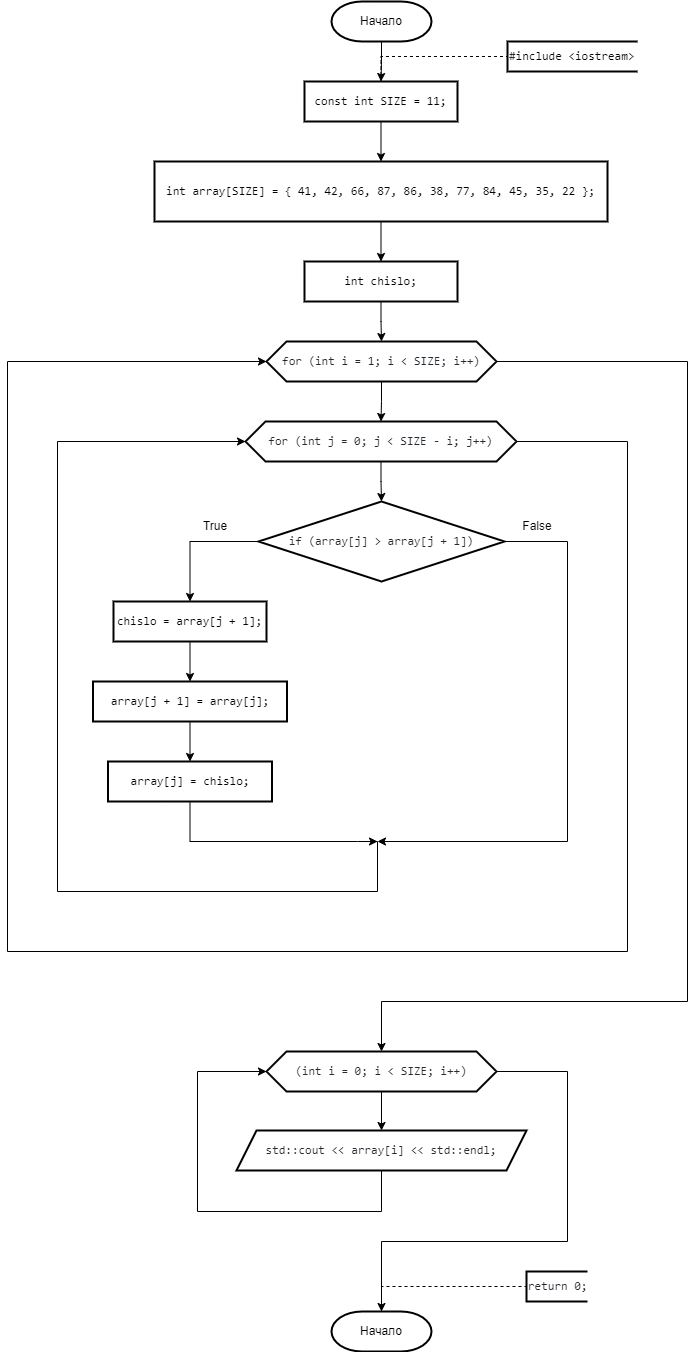
Earlier version of the draw.io export Labs/Сортировка пузырьком/Сортировка пузырьком.png (IlyaFedoseev227/LABS-PNRPU-IVT-22-1b). Source tidied: cells renumbered, new cells last; positions are measured from the earlier drawing's top-left corner, leaving out a move shared by most shapes.
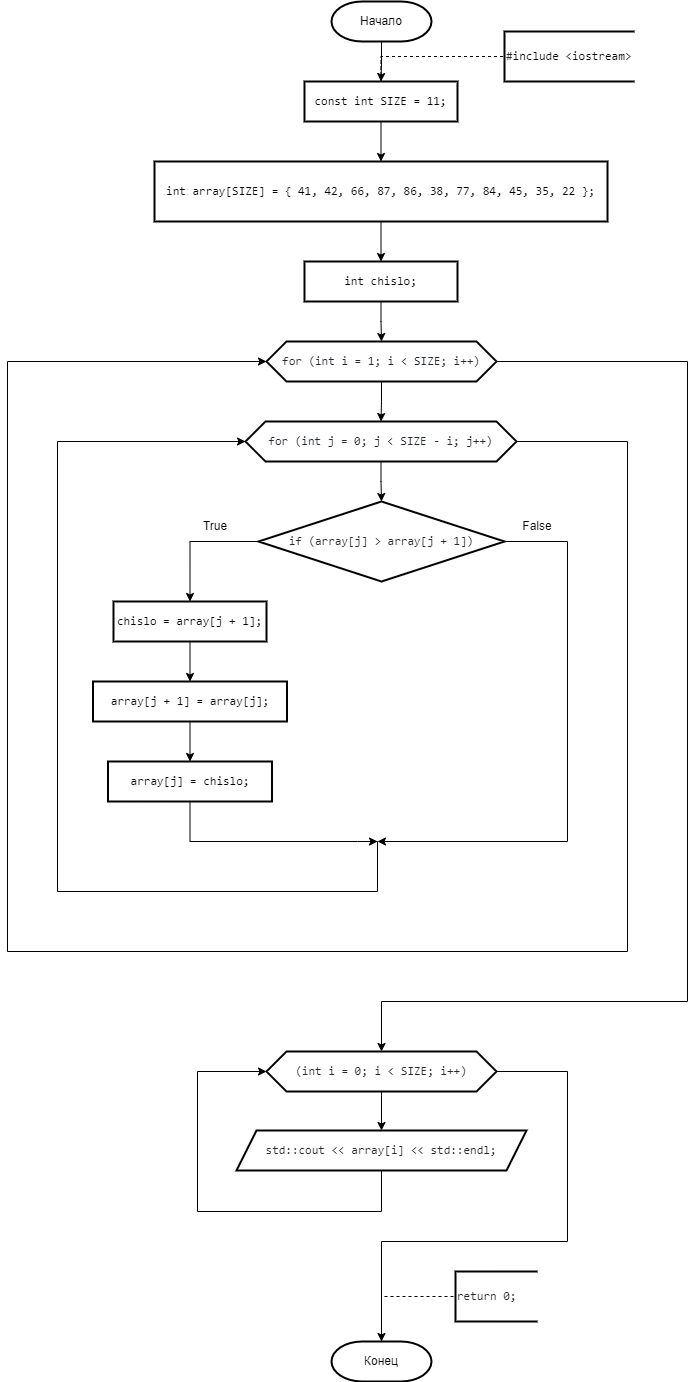
The same file after the commit.

Diff of the diagram source:
```diff
@@ -30,7 +30,7 @@
       <mxGeometry relative="1" as="geometry" />
     </mxCell>
     <mxCell id="11" value="&lt;span style=&quot;color: rgb(36, 41, 47); font-family: ui-monospace, SFMono-Regular, &amp;quot;SF Mono&amp;quot;, Menlo, Consolas, &amp;quot;Liberation Mono&amp;quot;, monospace; background-color: rgb(255, 255, 255);&quot;&gt;#&lt;/span&gt;&lt;span style=&quot;box-sizing: border-box; color: var(--color-prettylights-syntax-keyword); font-family: ui-monospace, SFMono-Regular, &amp;quot;SF Mono&amp;quot;, Menlo, Consolas, &amp;quot;Liberation Mono&amp;quot;, monospace; background-color: rgb(255, 255, 255);&quot; class=&quot;pl-k&quot;&gt;include&lt;/span&gt;&lt;span style=&quot;color: rgb(36, 41, 47); font-family: ui-monospace, SFMono-Regular, &amp;quot;SF Mono&amp;quot;, Menlo, Consolas, &amp;quot;Liberation Mono&amp;quot;, monospace; background-color: rgb(255, 255, 255);&quot;&gt; &lt;/span&gt;&lt;span style=&quot;box-sizing: border-box; color: var(--color-prettylights-syntax-string); font-family: ui-monospace, SFMono-Regular, &amp;quot;SF Mono&amp;quot;, Menlo, Consolas, &amp;quot;Liberation Mono&amp;quot;, monospace; background-color: rgb(255, 255, 255);&quot; class=&quot;pl-s&quot;&gt;&lt;span style=&quot;box-sizing: border-box; color: var(--color-prettylights-syntax-string);&quot; class=&quot;pl-pds&quot;&gt;&amp;lt;iostream&lt;/span&gt;&lt;span style=&quot;box-sizing: border-box; color: var(--color-prettylights-syntax-string);&quot; class=&quot;pl-pds&quot;&gt;&amp;gt;&lt;/span&gt;&lt;/span&gt;" style="strokeWidth=2;html=1;shape=mxgraph.flowchart.annotation_1;align=left;" parent="1" vertex="1">
-      <mxGeometry x="500" y="40" width="130" height="30" as="geometry" />
+      <mxGeometry x="497" y="30" width="130" height="50" as="geometry" />
     </mxCell>
     <mxCell id="12" style="edgeStyle=orthogonalEdgeStyle;rounded=0;jettySize=auto;html=1;exitX=0.5;exitY=1;exitDx=0;exitDy=0;" parent="1" edge="1" source="14" target="17">
       <mxGeometry relative="1" as="geometry" />
@@ -146,14 +146,14 @@
     <mxCell id="34" value="&lt;div style=&quot;text-align: start;&quot;&gt;&lt;font face=&quot;ui-monospace, SFMono-Regular, SF Mono, Menlo, Consolas, Liberation Mono, monospace&quot; color=&quot;#24292f&quot;&gt;std::cout &amp;lt;&amp;lt; array[i] &amp;lt;&amp;lt; std::endl;&lt;/font&gt;&lt;br&gt;&lt;/div&gt;" style="shape=parallelogram;perimeter=parallelogramPerimeter;whiteSpace=wrap;html=1;fixedSize=1;strokeWidth=2;size=20;" parent="1" vertex="1">
       <mxGeometry x="229" y="1129" width="290" height="40" as="geometry" />
     </mxCell>
-    <mxCell id="35" value="Начало" style="strokeWidth=2;html=1;shape=mxgraph.flowchart.terminator;whiteSpace=wrap;" parent="1" vertex="1">
-      <mxGeometry x="324" y="1310" width="100" height="40" as="geometry" />
+    <mxCell id="35" value="Конец" style="strokeWidth=2;html=1;shape=mxgraph.flowchart.terminator;whiteSpace=wrap;" parent="1" vertex="1">
+      <mxGeometry x="324" y="1340" width="100" height="40" as="geometry" />
     </mxCell>
     <mxCell id="36" style="edgeStyle=orthogonalEdgeStyle;rounded=0;jettySize=auto;html=1;exitX=0.5;exitY=0;exitDx=0;exitDy=0;entryX=0;entryY=0.5;entryDx=0;entryDy=0;entryPerimeter=0;dashed=1;endArrow=none;endFill=0;exitPerimeter=0;" parent="1" edge="1" source="35" target="37">
       <mxGeometry relative="1" as="geometry" />
     </mxCell>
     <mxCell id="37" value="&lt;font face=&quot;ui-monospace, SFMono-Regular, SF Mono, Menlo, Consolas, Liberation Mono, monospace&quot; color=&quot;#24292f&quot;&gt;&lt;span style=&quot;background-color: rgb(255, 255, 255);&quot;&gt;return 0;&lt;/span&gt;&lt;/font&gt;" style="strokeWidth=2;html=1;shape=mxgraph.flowchart.annotation_1;align=left;" parent="1" vertex="1">
-      <mxGeometry x="519" y="1270" width="61" height="30" as="geometry" />
+      <mxGeometry x="448" y="1270" width="82" height="50" as="geometry" />
     </mxCell>
   </root>
 </mxGraphModel>
```
